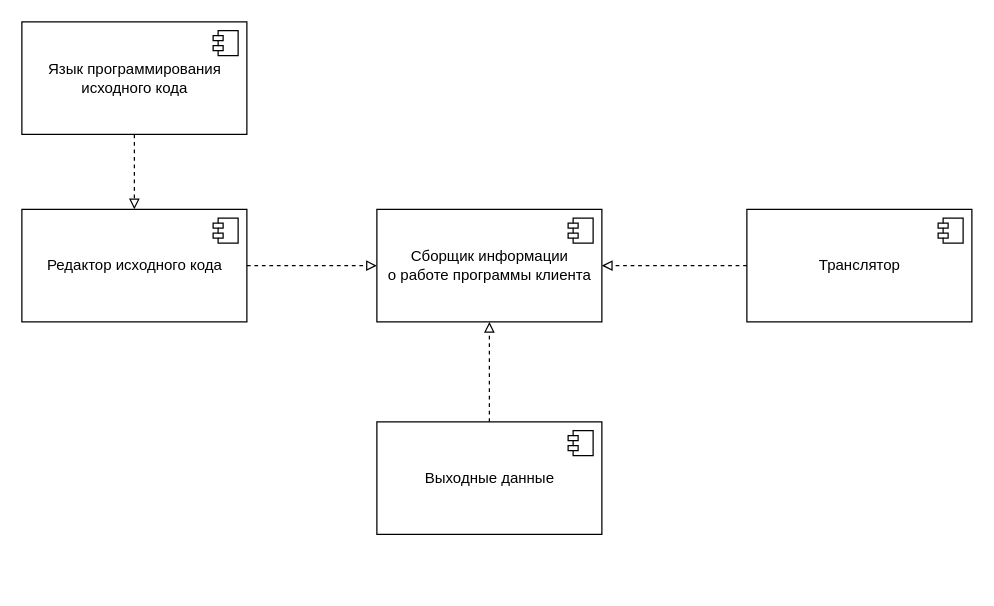
WinstonMDP/Profiler keeps this draw.io diagram as page "Компоненты СИРПК" (3 of 7) of Specification.drawio. Above is the earlier version. Source tidied: cells renumbered, new cells numbered last; positions are measured from the earlier drawing's top-left corner, leaving out a move shared by most shapes. Both pictures are drawn from the tidied source at 125%, with x=0, y=0 at pixel (21, 21).
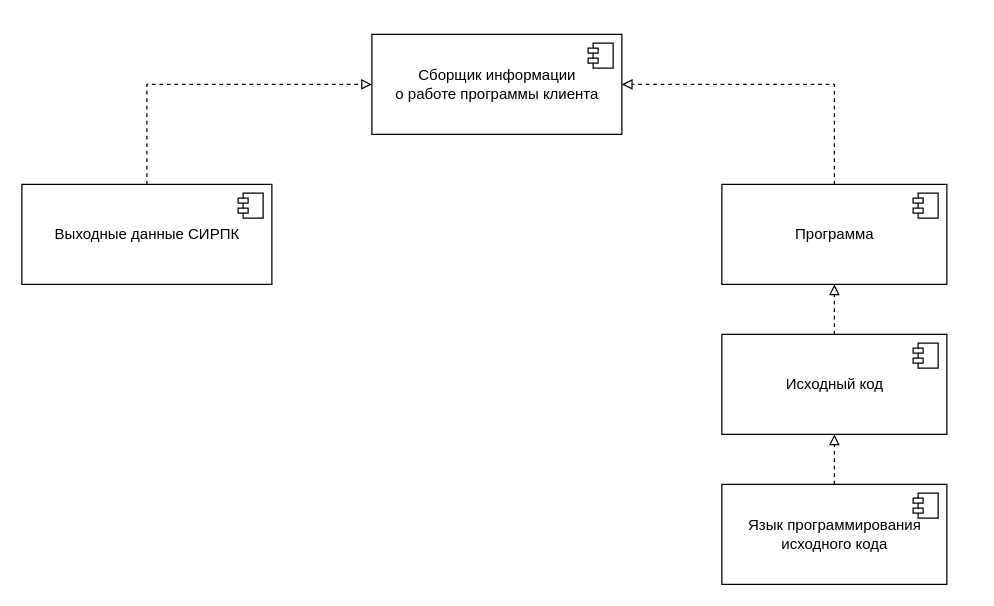
Above is the later version.

The edit, as a diff of the source:
```diff
@@
-    <mxCell id="2" style="edgeStyle=orthogonalEdgeStyle;rounded=0;jettySize=auto;html=1;entryX=0.5;entryY=0;entryDx=0;entryDy=0;endArrow=block;endFill=0;dashed=1;" parent="1" edge="1" source="3" target="6">
+    <mxCell id="2" style="edgeStyle=orthogonalEdgeStyle;rounded=0;jettySize=auto;html=1;entryX=0.5;entryY=1;entryDx=0;entryDy=0;endArrow=block;endFill=0;dashed=1;" parent="1" edge="1" source="3" target="6">
       <mxGeometry relative="1" as="geometry" />
     </mxCell>
     <mxCell id="3" value="Язык программирования&lt;br&gt;исходного кода" style="html=1;gradientColor=none;" parent="1" vertex="1">
-      <mxGeometry width="180" height="90" as="geometry" />
+      <mxGeometry x="560" y="370" width="180" height="80" as="geometry" />
     </mxCell>
@@
-    <mxCell id="5" style="edgeStyle=orthogonalEdgeStyle;rounded=0;jettySize=auto;html=1;entryX=0;entryY=0.5;entryDx=0;entryDy=0;endArrow=block;endFill=0;dashed=1;" parent="1" edge="1" source="6" target="11">
-      <mxGeometry relative="1" as="geometry" />
-    </mxCell>
+    <mxCell id="16" style="edgeStyle=orthogonalEdgeStyle;rounded=0;jettySize=auto;html=1;entryX=0.5;entryY=1;entryDx=0;entryDy=0;dashed=1;startArrow=none;startFill=0;endArrow=block;endFill=0;exitX=0.5;exitY=0;exitDx=0;exitDy=0;" parent="1" edge="1" source="6" target="9">
+      <mxGeometry relative="1" as="geometry">
+        <Array as="points">
+          <mxPoint x="650" y="280" />
+          <mxPoint x="650" y="280" />
+        </Array>
+      </mxGeometry>
+    </mxCell>
-    <mxCell id="6" value="Редактор исходного кода" style="html=1;gradientColor=none;" parent="1" vertex="1">
-      <mxGeometry y="150" width="180" height="90" as="geometry" />
+    <mxCell id="6" value="Исходный код" style="html=1;gradientColor=none;" parent="1" vertex="1">
+      <mxGeometry x="560" y="250" width="180" height="80" as="geometry" />
     </mxCell>
@@
-    <mxCell id="8" style="edgeStyle=orthogonalEdgeStyle;rounded=0;jettySize=auto;html=1;entryX=1;entryY=0.5;entryDx=0;entryDy=0;endArrow=block;endFill=0;dashed=1;" parent="1" edge="1" source="9" target="11">
+    <mxCell id="8" style="edgeStyle=orthogonalEdgeStyle;rounded=0;jettySize=auto;html=1;entryX=1;entryY=0.5;entryDx=0;entryDy=0;endArrow=block;endFill=0;dashed=1;startArrow=none;startFill=0;exitX=0.5;exitY=0;exitDx=0;exitDy=0;" parent="1" edge="1" source="9" target="11">
       <mxGeometry relative="1" as="geometry" />
     </mxCell>
-    <mxCell id="9" value="Транслятор" style="html=1;gradientColor=none;" parent="1" vertex="1">
-      <mxGeometry x="580" y="150" width="180" height="90" as="geometry" />
+    <mxCell id="9" value="Программа" style="html=1;gradientColor=none;" parent="1" vertex="1">
+      <mxGeometry x="560" y="130" width="180" height="80" as="geometry" />
     </mxCell>
@@
     <mxCell id="11" value="Сборщик информации&lt;br&gt;о работе программы клиента" style="html=1;gradientColor=none;" parent="1" vertex="1">
-      <mxGeometry x="284" y="150" width="180" height="90" as="geometry" />
+      <mxGeometry x="280" y="10" width="200" height="80" as="geometry" />
     </mxCell>
@@
-    <mxCell id="13" style="edgeStyle=orthogonalEdgeStyle;rounded=0;jettySize=auto;html=1;entryX=0.5;entryY=1;entryDx=0;entryDy=0;dashed=1;endArrow=block;endFill=0;" parent="1" edge="1" source="14" target="11">
+    <mxCell id="13" style="edgeStyle=orthogonalEdgeStyle;rounded=0;jettySize=auto;html=1;dashed=1;endArrow=block;endFill=0;entryX=0;entryY=0.5;entryDx=0;entryDy=0;exitX=0.5;exitY=0;exitDx=0;exitDy=0;" parent="1" edge="1" source="14" target="11">
       <mxGeometry relative="1" as="geometry" />
     </mxCell>
-    <mxCell id="14" value="Выходные данные" style="html=1;gradientColor=none;" parent="1" vertex="1">
-      <mxGeometry x="284" y="320" width="180" height="90" as="geometry" />
+    <mxCell id="14" value="Выходные данные СИРПК" style="html=1;gradientColor=none;" parent="1" vertex="1">
+      <mxGeometry y="130" width="200" height="80" as="geometry" />
     </mxCell>
```
